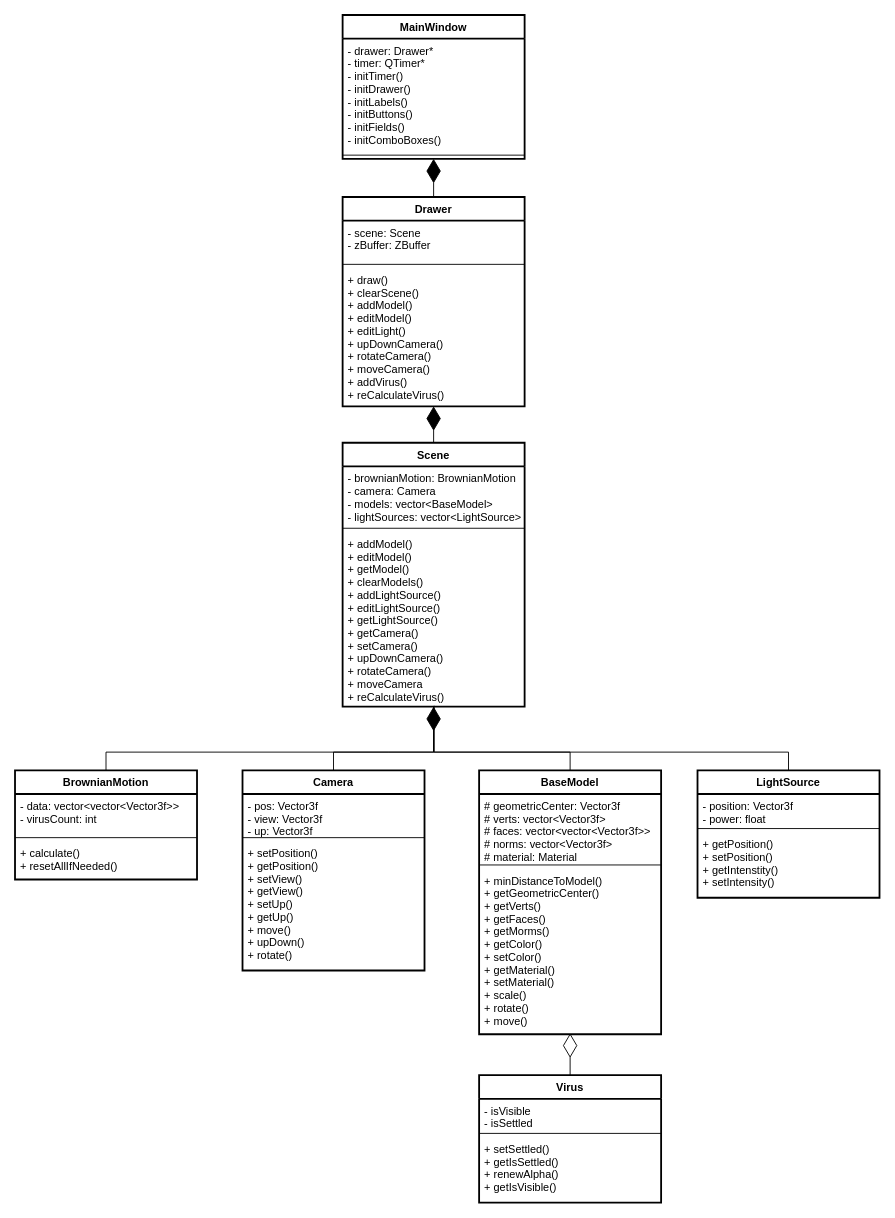
This is page "classes" (4 of 4) of Итог/Курсач.drawio from tatarinova0903/bmstu_cg_course, a draw.io file, before an edit. Source tidied: cells renumbered, new cells numbered last; positions are measured from the earlier drawing's top-left corner, leaving out a move shared by most shapes. Both pictures are drawn from the tidied source at 91%, with x=0, y=0 at pixel (15, 15).
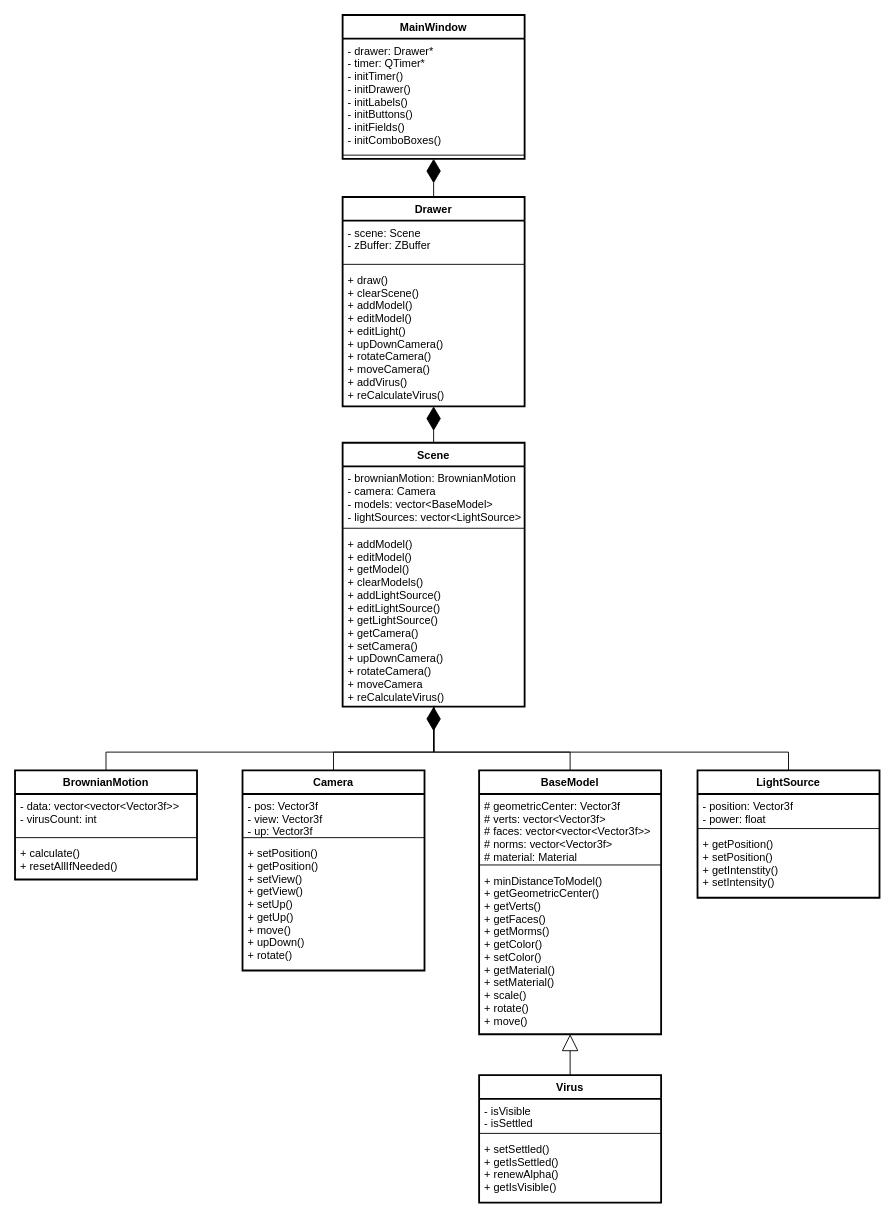
After the change.

Commit message (it also covers changes not shown here):
поправила диаграмму классов

The change refers to these unchanged cells:
```xml
<mxCell id="28" value="+ minDistanceToModel()&#10;+ getGeometricCenter()&#10;+ getVerts()&#10;+ getFaces()&#10;+ getMorms()&#10;+ getColor()&#10;+ setColor()&#10;+ getMaterial()&#10;+ setMaterial()&#10;+ scale()&#10;+ rotate()&#10;+ move()" style="text;strokeColor=none;fillColor=none;align=left;verticalAlign=top;spacingLeft=4;spacingRight=4;overflow=hidden;points=[[0,0.5],[1,0.5]];portConstraint=eastwest;strokeWidth=2;" parent="25" vertex="1">
  <mxGeometry y="108" width="200" height="182" as="geometry" />
</mxCell>
<mxCell id="34" value="Virus" style="swimlane;fontStyle=1;align=center;verticalAlign=top;horizontal=1;startSize=26;strokeWidth=2;" parent="1" vertex="1">
  <mxGeometry x="510" y="1165" width="200" height="140" as="geometry" />
</mxCell>
```

Change to the diagram source:
```diff
@@
-    <mxCell id="39" style="endArrow=diamondThin;endFill=0;endSize=24;html=1;rounded=0;exitX=0.5;exitY=0;exitDx=0;exitDy=0;" parent="1" edge="1" source="34">
-      <mxGeometry relative="1" as="geometry">
-        <mxPoint x="610" y="1119" as="targetPoint" />
-      </mxGeometry>
-    </mxCell>
+    <mxCell id="40" style="endArrow=block;endSize=16;endFill=0;html=1;rounded=0;exitX=0.5;exitY=0;exitDx=0;exitDy=0;" parent="1" edge="1" source="34" target="28">
+      <mxGeometry relative="1" as="geometry" />
+    </mxCell>
```
